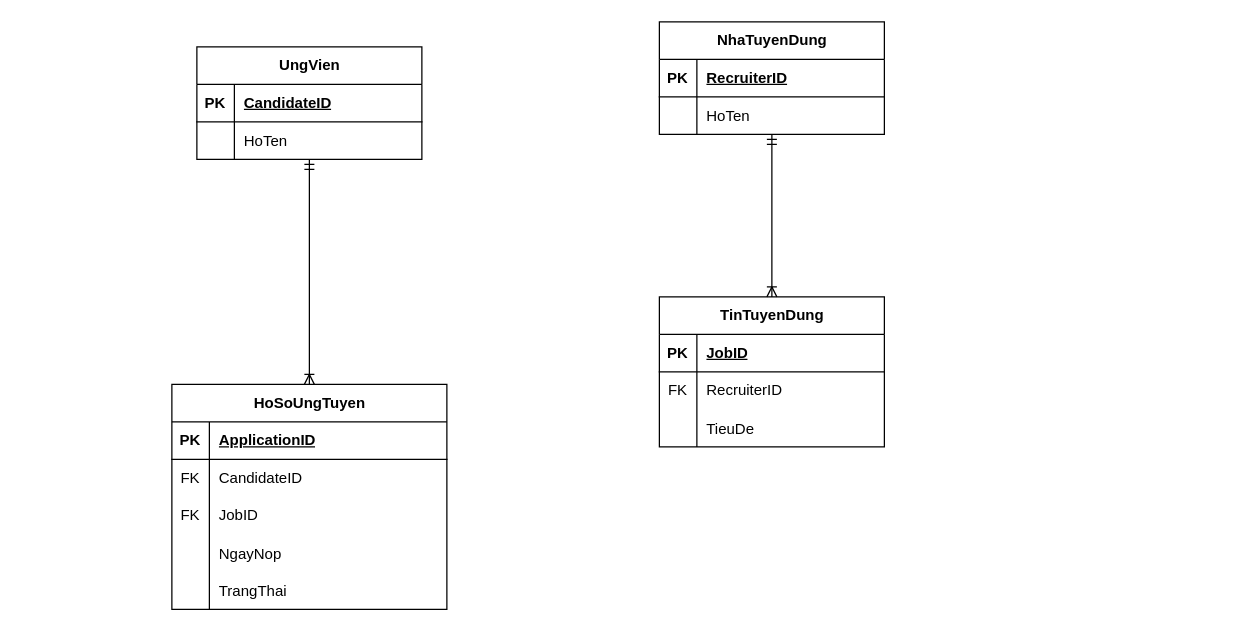
Above: Session09/Bai08.drawio in letoan0902/PTIT_CNTT1_IT104_LePhuToan_PhanTichVaThietKeHeThong (draw.io), before the change. Source tidied: cells renumbered, new cells numbered last; positions are measured from the earlier drawing's top-left corner, leaving out a move shared by most shapes. Both pictures are drawn from the tidied source at 125%, with x=0, y=0 at pixel (171, 21).
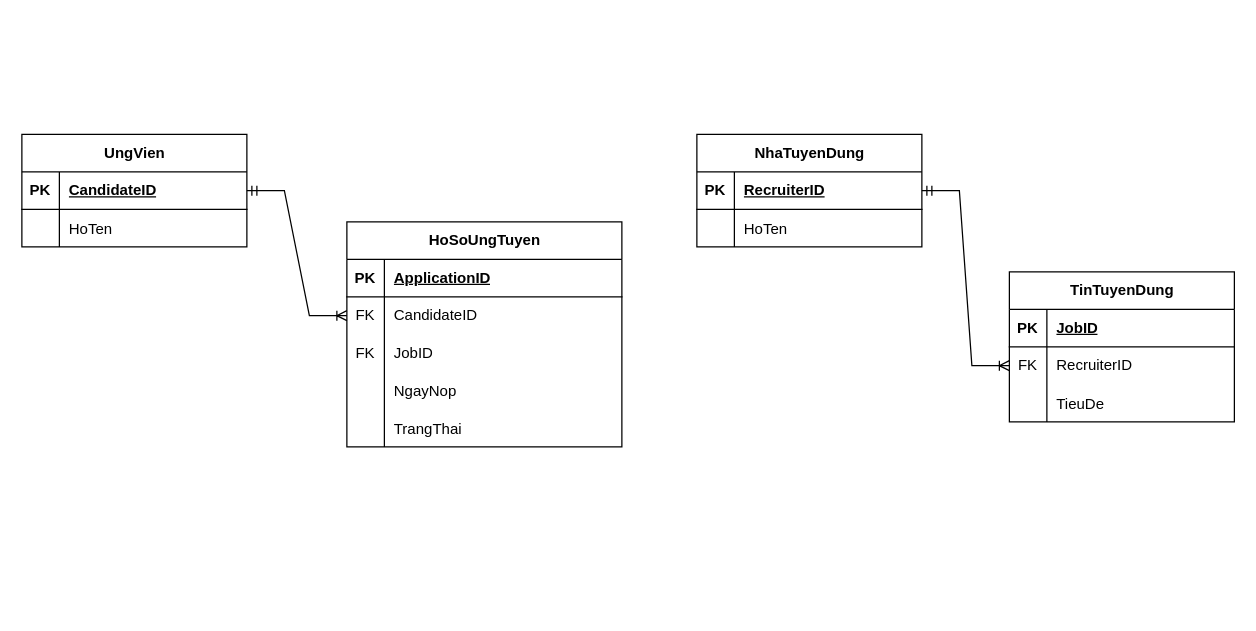
After the change.

The change refers to these unchanged cells:
```xml
<mxCell id="3" style="shape=tableRow;horizontal=0;startSize=0;swimlaneHead=0;swimlaneBody=0;fillColor=none;points=[[0,0.5],[1,0.5]];portConstraint=eastwest;top=0;left=0;right=0;bottom=1;" parent="2" vertex="1">
  <mxGeometry y="30" width="180" height="30" as="geometry" />
</mxCell>
<mxCell id="10" style="shape=tableRow;horizontal=0;startSize=0;swimlaneHead=0;swimlaneBody=0;fillColor=none;points=[[0,0.5],[1,0.5]];portConstraint=eastwest;top=0;left=0;right=0;bottom=1;" parent="9" vertex="1">
  <mxGeometry y="30" width="180" height="30" as="geometry" />
</mxCell>
<mxCell id="20" style="shape=tableRow;horizontal=0;startSize=0;swimlaneHead=0;swimlaneBody=0;fillColor=none;points=[[0,0.5],[1,0.5]];portConstraint=eastwest;top=0;left=0;right=0;bottom=0;" parent="16" vertex="1">
  <mxGeometry y="60" width="180" height="30" as="geometry" />
</mxCell>
<mxCell id="30" style="shape=tableRow;horizontal=0;startSize=0;swimlaneHead=0;swimlaneBody=0;fillColor=none;points=[[0,0.5],[1,0.5]];portConstraint=eastwest;top=0;left=0;right=0;bottom=0;" parent="26" vertex="1">
  <mxGeometry y="60" width="220" height="30" as="geometry" />
</mxCell>
```

The edit, as a diff of the source:
```diff
@@
     <mxCell id="2" value="UngVien" style="shape=table;startSize=30;childLayout=tableLayout;rowLines=0;fontStyle=1;align=center;html=1;" parent="1" vertex="1">
-      <mxGeometry x="20" y="20" width="180" height="90" as="geometry" />
+      <mxGeometry x="-120" y="90" width="180" height="90" as="geometry" />
     </mxCell>
@@
     <mxCell id="9" value="NhaTuyenDung" style="shape=table;startSize=30;childLayout=tableLayout;rowLines=0;fontStyle=1;align=center;html=1;" parent="1" vertex="1">
-      <mxGeometry x="390" width="180" height="90" as="geometry" />
+      <mxGeometry x="420" y="90" width="180" height="90" as="geometry" />
     </mxCell>
@@
     <mxCell id="16" value="TinTuyenDung" style="shape=table;startSize=30;childLayout=tableLayout;rowLines=0;fontStyle=1;align=center;html=1;" parent="1" vertex="1">
-      <mxGeometry x="390" y="220" width="180" height="120" as="geometry" />
+      <mxGeometry x="670" y="200" width="180" height="120" as="geometry" />
     </mxCell>
@@
     <mxCell id="26" value="HoSoUngTuyen" style="shape=table;startSize=30;childLayout=tableLayout;rowLines=0;fontStyle=1;align=center;html=1;" parent="1" vertex="1">
-      <mxGeometry y="290" width="220" height="180" as="geometry" />
+      <mxGeometry x="140" y="160" width="220" height="180" as="geometry" />
     </mxCell>
@@
-    <mxCell id="42" style="fontSize=12;html=1;endArrow=ERoneToMany;startArrow=ERmandOne;rounded=0;" parent="1" edge="1" source="2" target="26">
-      <mxGeometry relative="1" as="geometry" />
-    </mxCell>
     <mxCell id="43" style="fontSize=12;html=1;endArrow=ERoneToMany;startArrow=ERmandOne;rounded=0;" parent="1" edge="1" source="16">
       <mxGeometry relative="1" as="geometry">
-        <mxPoint x="390" y="336.2" as="targetPoint" />
+        <mxPoint x="670" y="316.2" as="targetPoint" />
       </mxGeometry>
     </mxCell>
-    <mxCell id="44" style="fontSize=12;html=1;endArrow=ERoneToMany;startArrow=ERmandOne;rounded=0;" parent="1" edge="1" source="9" target="16">
-      <mxGeometry relative="1" as="geometry" />
-    </mxCell>
+    <mxCell id="45" style="edgeStyle=entityRelationEdgeStyle;fontSize=12;html=1;endArrow=ERoneToMany;startArrow=ERmandOne;rounded=0;entryX=0;entryY=0.5;entryDx=0;entryDy=0;" parent="1" edge="1" source="3" target="30">
+      <mxGeometry relative="1" as="geometry" />
+    </mxCell>
+    <mxCell id="46" style="edgeStyle=entityRelationEdgeStyle;fontSize=12;html=1;endArrow=ERoneToMany;startArrow=ERmandOne;rounded=0;" parent="1" edge="1" source="10" target="20">
+      <mxGeometry relative="1" as="geometry" />
+    </mxCell>
```
